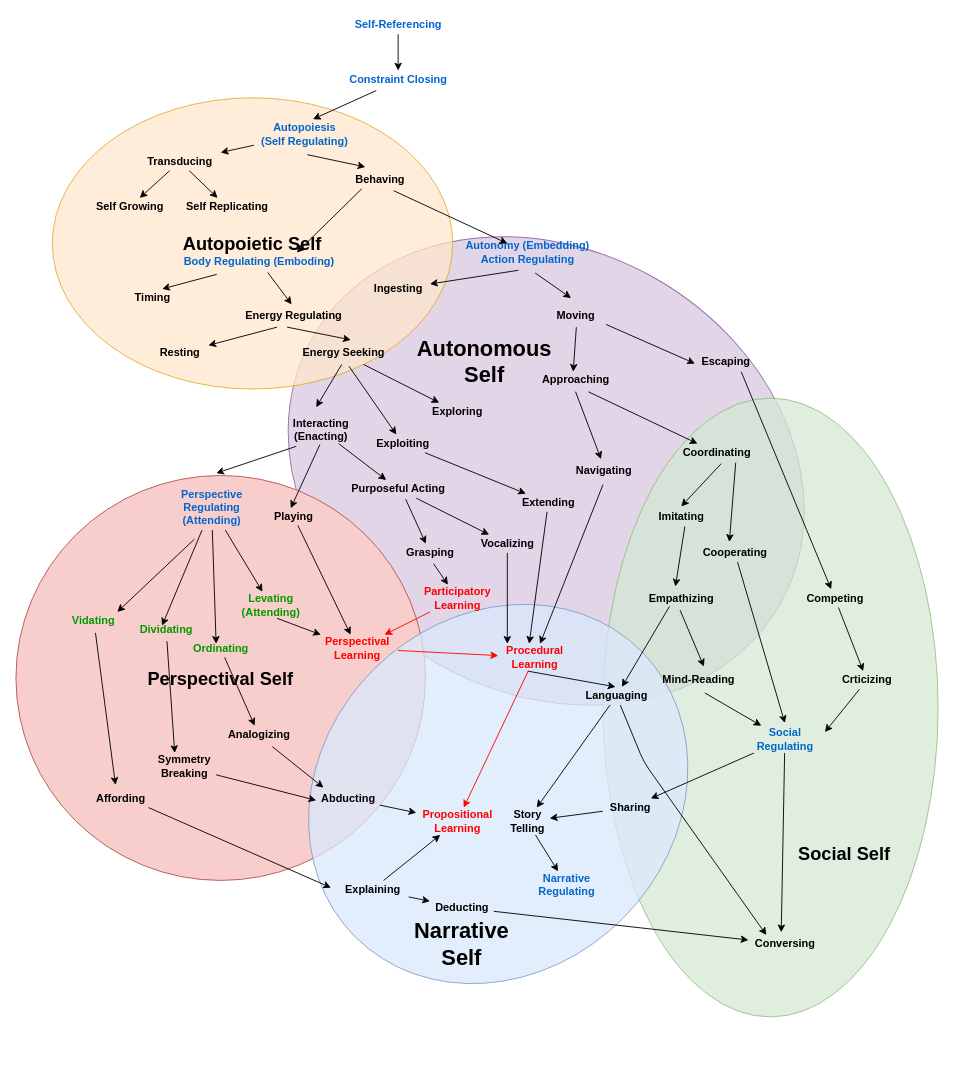
This is autopoiesis_evolution.drawio from codeaudit/1, a draw.io file, before an edit. Source tidied: cells renumbered, new cells numbered last; positions are measured from the earlier drawing's top-left corner, leaving out a move shared by most shapes. Both pictures are drawn from the tidied source at 91%, with x=0, y=0 at pixel (15, 15).
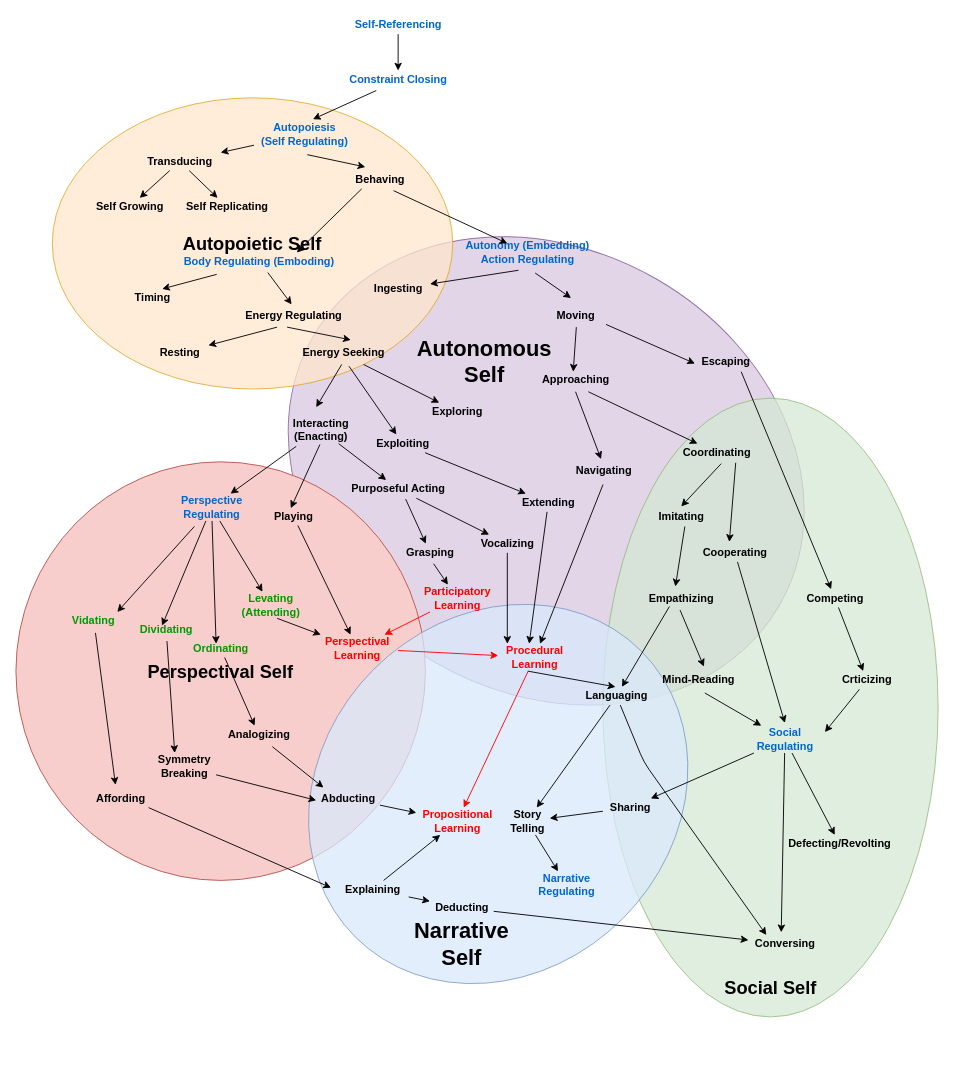
Above is the later version.

The change refers to these unchanged cells:
```xml
<mxCell id="16" value="Interacting&lt;br&gt;(Enacting)" style="text;html=1;align=center;verticalAlign=middle;points=[];fontStyle=1;" parent="1" vertex="1">
  <mxGeometry x="295" y="440" width="80" height="30" as="geometry" />
</mxCell>
<mxCell id="37" value="Social&lt;br&gt;Regulating" style="text;html=1;align=center;verticalAlign=middle;points=[];fontStyle=1;fontColor=#0066CC;" parent="1" vertex="1">
  <mxGeometry x="805" y="780" width="80" height="30" as="geometry" />
</mxCell>
```

The edit, as a diff of the source:
```diff
@@
     <mxCell id="4" value="&lt;b style=&quot;font-size: 20px&quot;&gt;Perspectival Self&lt;/b&gt;" style="ellipse;whiteSpace=wrap;html=1;fillColor=#f8cecc;strokeColor=#b85450;" parent="1" vertex="1">
-      <mxGeometry y="505" width="450" height="445" as="geometry" />
+      <mxGeometry y="490" width="450" height="460" as="geometry" />
     </mxCell>
@@
-    <mxCell id="25" value="Perspective&lt;br&gt;Regulating&lt;br&gt;(Attending)" style="text;html=1;align=center;verticalAlign=middle;points=[];fontStyle=1;fontColor=#0066CC;" parent="1" vertex="1">
-      <mxGeometry x="175" y="515" width="80" height="50" as="geometry" />
+    <mxCell id="25" value="Perspective&lt;br&gt;Regulating" style="text;html=1;align=center;verticalAlign=middle;points=[];fontStyle=1;fontColor=#0066CC;" parent="1" vertex="1">
+      <mxGeometry x="175" y="525" width="80" height="30" as="geometry" />
     </mxCell>
@@
     <mxCell id="45" value="&lt;font style=&quot;font-size: 20px&quot;&gt;&lt;b&gt;Social Self&lt;br&gt;&lt;/b&gt;&lt;/font&gt;" style="text;html=1;align=center;verticalAlign=middle;" parent="1" vertex="1">
-      <mxGeometry x="850" y="910" width="120" height="20" as="geometry" />
+      <mxGeometry x="769.2" y="1057.2" width="120" height="20" as="geometry" />
     </mxCell>
@@
-    <mxCell id="64" style="endArrow=none;html=1;entryX=0.163;entryY=1.1;entryDx=0;entryDy=0;entryPerimeter=0;exitX=0.564;exitY=-0.25;exitDx=0;exitDy=0;exitPerimeter=0;startArrow=classic;startFill=1;" parent="1" edge="1" source="25" target="16">
+    <mxCell id="64" style="endArrow=none;html=1;entryX=0.163;entryY=1.1;entryDx=0;entryDy=0;entryPerimeter=0;startArrow=classic;startFill=1;" parent="1" edge="1" source="25" target="16">
       <mxGeometry relative="1" as="geometry" />
     </mxCell>
@@
+    <mxCell id="131" value="Defecting/Revolting" style="text;html=1;align=center;verticalAlign=middle;points=[];fontStyle=1;" parent="1" vertex="1">
+      <mxGeometry x="840" y="900" width="130" height="20" as="geometry" />
+    </mxCell>
+    <mxCell id="132" style="endArrow=classic;html=1;strokeColor=#000000;fontColor=#009900;" parent="1" edge="1" source="37" target="131">
+      <mxGeometry relative="1" as="geometry" />
+    </mxCell>
```
